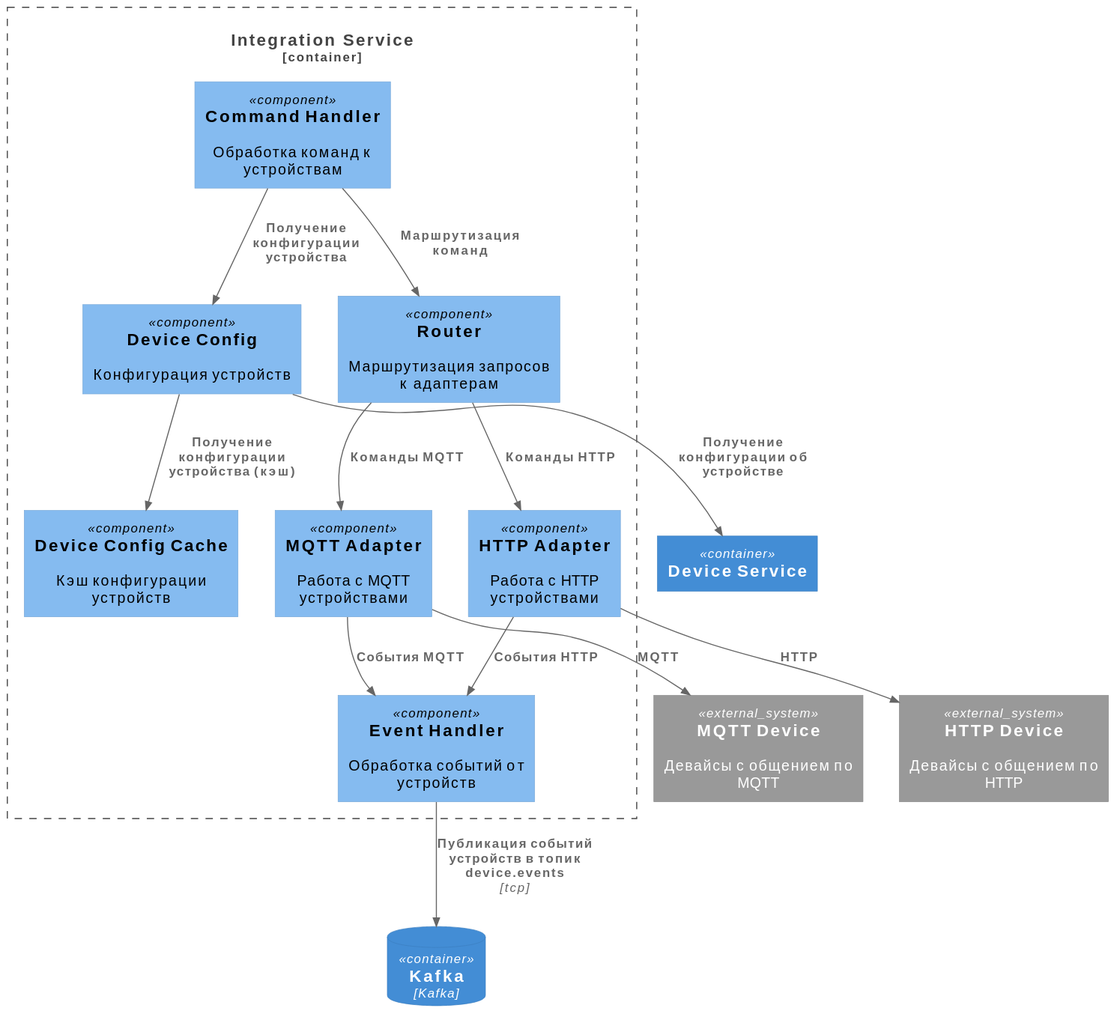
Above: docs/2be_component_integration.svg in dengaleev/practicum-warmhouse (PlantUML), before the change.
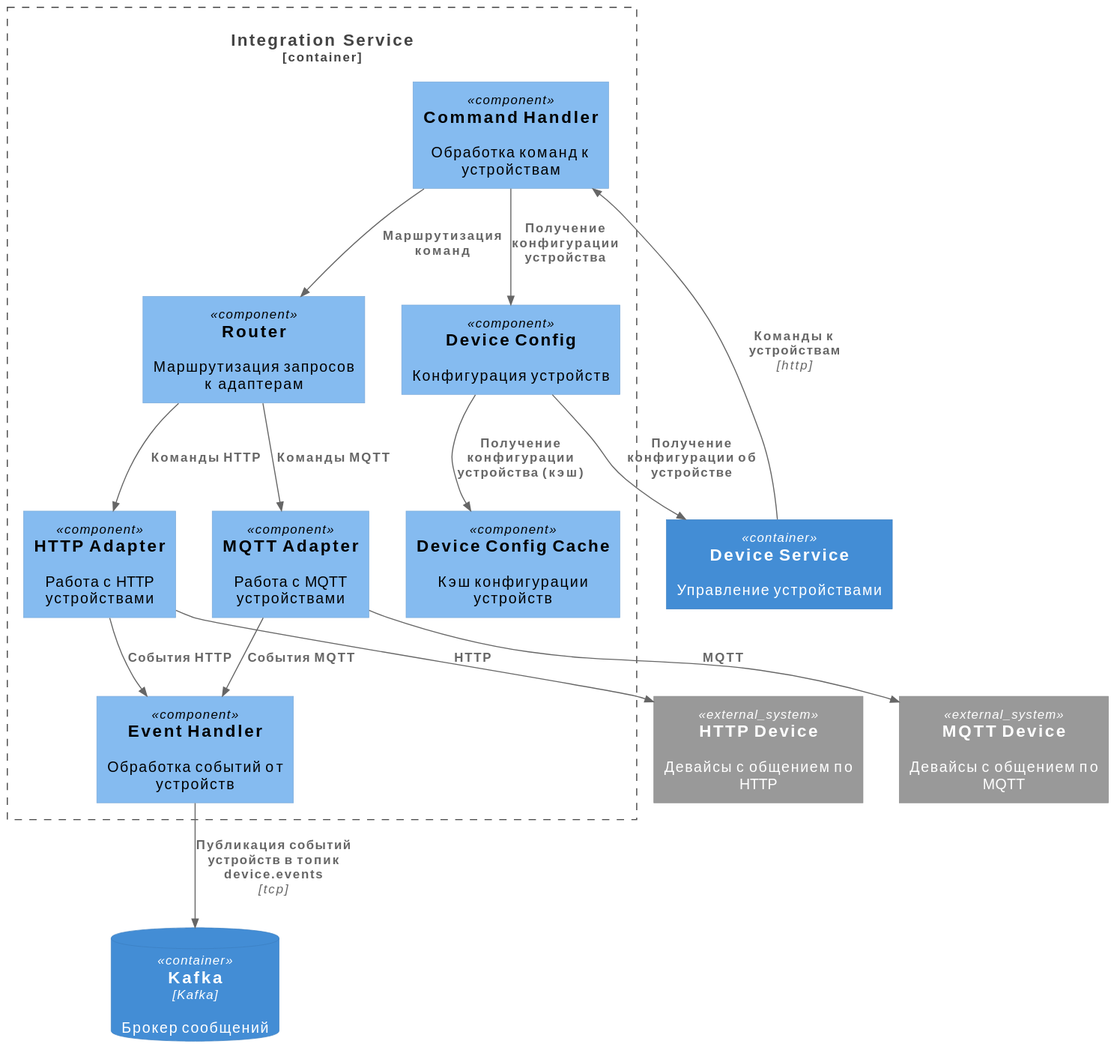
The same diagram one commit later.

What changed in the source:
```diff
@@ -3,8 +3,8 @@
 
 !include https://raw.githubusercontent.com/plantuml-stdlib/C4-PlantUML/master/C4_Component.puml
 
-Container(device_service, "Device Service", "", "")
-ContainerDb(kafka_device_events, "Kafka", "Kafka", "")
+Container(device_service, "Device Service", "", "Управление устройствами")
+ContainerDb(kafka_device_events, "Kafka", "Kafka", "Брокер сообщений")
 System_Ext(mqtt_device, "MQTT Device", "Девайсы с общением по MQTT")
 System_Ext(http_device, "HTTP Device", "Девайсы с общением по HTTP")
 
@@ -20,6 +20,7 @@
     Component(http_adapter, "HTTP Adapter", "", "Работа с HTTP устройствами")
 }
 
+Rel(device_service, command_handler, "Команды к устройствам", "http")
 Rel(command_handler, device_config, "Получение конфигурации устройства", "")
 Rel(device_config, device_config_cache, "Получение конфигурации устройства (кэш)", "")
 Rel(device_config, device_service, "Получение конфигурации об устройстве", "")
```
